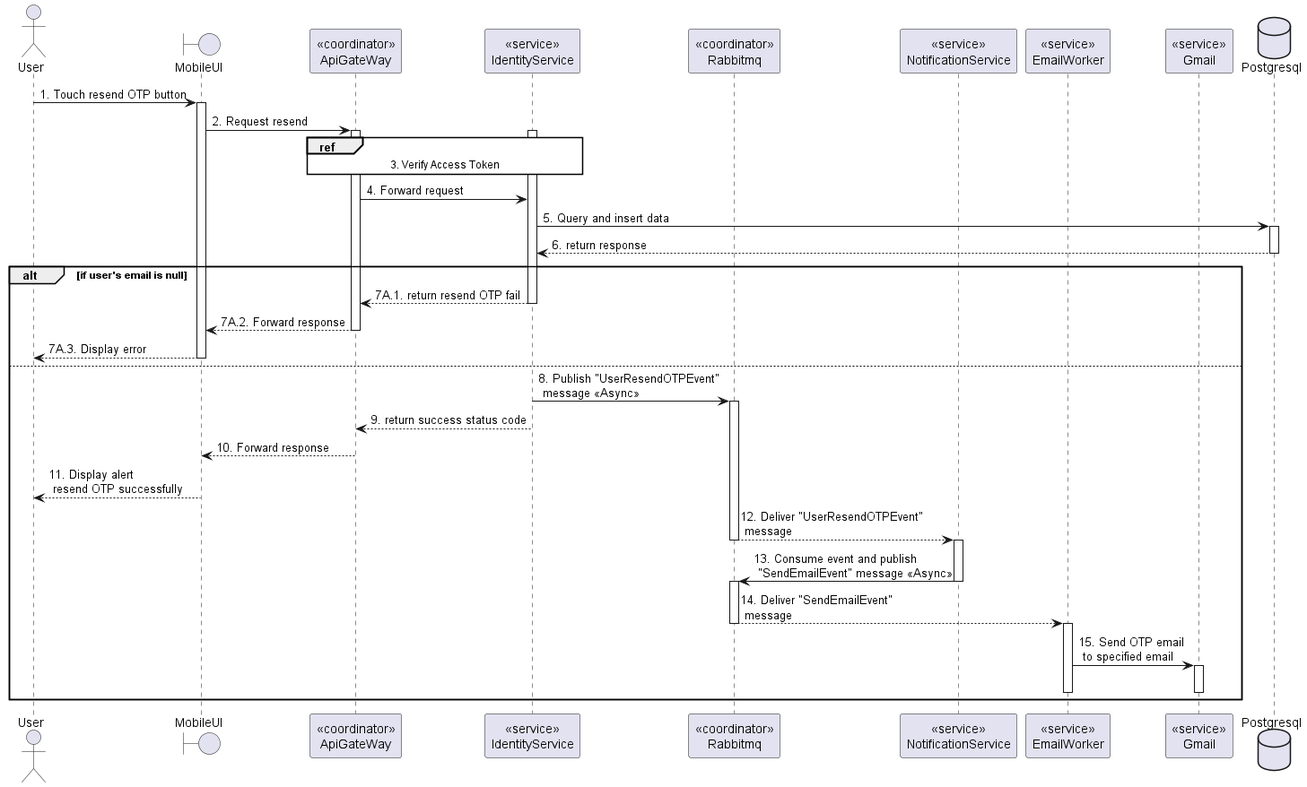
Carl-Johnsons/tastopia keeps this PlantUML diagram as doc/SDS/Identity/ResendEmailOTP/ResendEmailOTP.png. Above is the earlier version. Its diagram source:
```plantuml
@startuml ResendEmailOTP
<style>
  sequenceDiagram {
    reference {
      BackGroundColor white
    }
}
</style>

actor User
boundary MobileUI
participant "<<coordinator>>\nApiGateWay" as ApiGateway
participant "<<service>>\nIdentityService" as IdentityService
participant "<<coordinator>>\nRabbitmq"  as Rabbitmq
participant "<<service>>\nNotificationService" as NotificationService
participant "<<service>>\nEmailWorker" as EmailWorker
participant "<<service>>\nGmail" as Gmail

database Postgresql
User -> MobileUI: 1. Touch resend OTP button
activate MobileUI

MobileUI -> ApiGateway: 2. Request resend
activate ApiGateway

activate IdentityService
ref over ApiGateway, IdentityService: 3. Verify Access Token

ApiGateway -> IdentityService: 4. Forward request

database Postgresql
IdentityService -> Postgresql: 5. Query and insert data
activate Postgresql
IdentityService <-- Postgresql: 6. return response
deactivate Postgresql


alt if user's email is null
    ApiGateway <-- IdentityService: 7A.1. return resend OTP fail
    deactivate IdentityService
    MobileUI <-- ApiGateway: 7A.2. Forward response
    deactivate ApiGateway
    User <-- MobileUI: 7A.3. Display error
    deactivate MobileUI
else
    IdentityService -> Rabbitmq: 8. Publish "UserResendOTPEvent"\n message <<Async>>
    activate Rabbitmq

    ApiGateway <-- IdentityService: 9. return success status code
    deactivate IdentityService
    MobileUI <-- ApiGateway: 10. Forward response
    deactivate ApiGateway
    User <-- MobileUI: 11. Display alert\n resend OTP successfully
    deactivate MobileUI

    Rabbitmq --> NotificationService: 12. Deliver "UserResendOTPEvent"\n message
    deactivate Rabbitmq
    activate NotificationService
    NotificationService -> Rabbitmq: 13. Consume event and publish \n "SendEmailEvent" message <<Async>>
    deactivate NotificationService
    activate Rabbitmq
    Rabbitmq --> EmailWorker: 14. Deliver "SendEmailEvent"\n message
    deactivate Rabbitmq
    activate EmailWorker
    EmailWorker -> Gmail: 15. Send OTP email\n to specified email
    activate Gmail
    deactivate EmailWorker
    deactivate Gmail
end

@enduml
```
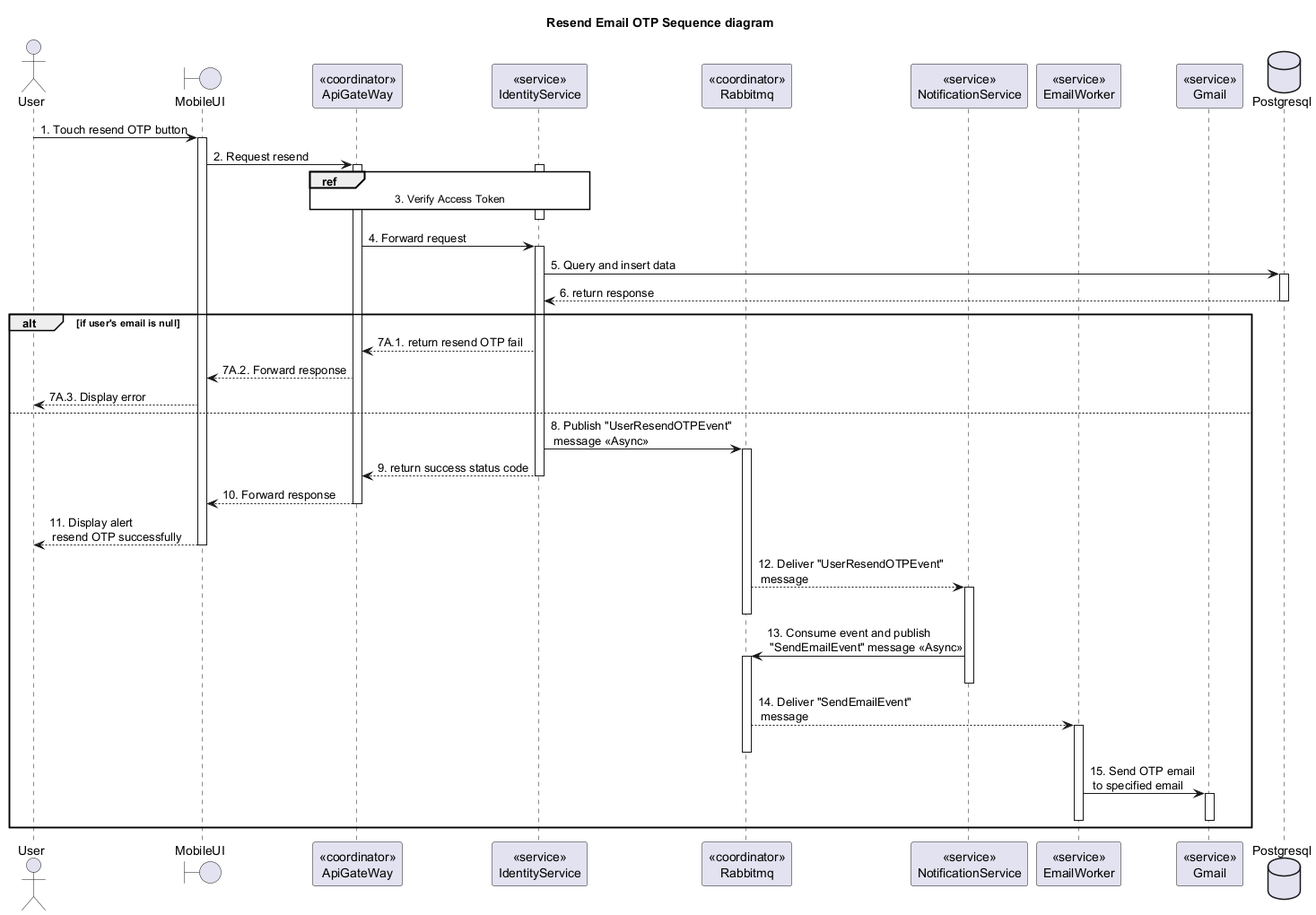
After the change.

Diff of the diagram source:
```diff
@@ -1,4 +1,6 @@
 @startuml ResendEmailOTP
+title "Resend Email OTP Sequence diagram"
+
 <style>
   sequenceDiagram {
     reference {
@@ -17,51 +19,35 @@
 participant "<<service>>\nGmail" as Gmail
 
 database Postgresql
-User -> MobileUI: 1. Touch resend OTP button
-activate MobileUI
-
-MobileUI -> ApiGateway: 2. Request resend
-activate ApiGateway
+User -> MobileUI++: 1. Touch resend OTP button
+MobileUI -> ApiGateway++: 2. Request resend
 
 activate IdentityService
 ref over ApiGateway, IdentityService: 3. Verify Access Token
+ApiGateway -[hidden]-> IdentityService
+deactivate IdentityService
 
-ApiGateway -> IdentityService: 4. Forward request
-
-database Postgresql
-IdentityService -> Postgresql: 5. Query and insert data
-activate Postgresql
-IdentityService <-- Postgresql: 6. return response
-deactivate Postgresql
-
+ApiGateway -> IdentityService++: 4. Forward request
+IdentityService -> Postgresql++: 5. Query and insert data
+IdentityService <-- Postgresql--: 6. return response
 
 alt if user's email is null
     ApiGateway <-- IdentityService: 7A.1. return resend OTP fail
-    deactivate IdentityService
     MobileUI <-- ApiGateway: 7A.2. Forward response
-    deactivate ApiGateway
     User <-- MobileUI: 7A.3. Display error
-    deactivate MobileUI
 else
-    IdentityService -> Rabbitmq: 8. Publish "UserResendOTPEvent"\n message <<Async>>
-    activate Rabbitmq
+    IdentityService -> Rabbitmq++: 8. Publish "UserResendOTPEvent"\n message <<Async>>
 
-    ApiGateway <-- IdentityService: 9. return success status code
-    deactivate IdentityService
-    MobileUI <-- ApiGateway: 10. Forward response
-    deactivate ApiGateway
-    User <-- MobileUI: 11. Display alert\n resend OTP successfully
-    deactivate MobileUI
+    ApiGateway <-- IdentityService--: 9. return success status code
+    MobileUI <-- ApiGateway--: 10. Forward response
+    User <-- MobileUI--: 11. Display alert\n resend OTP successfully
 
-    Rabbitmq --> NotificationService: 12. Deliver "UserResendOTPEvent"\n message
+    Rabbitmq --> NotificationService++: 12. Deliver "UserResendOTPEvent"\n message
     deactivate Rabbitmq
-    activate NotificationService
-    NotificationService -> Rabbitmq: 13. Consume event and publish \n "SendEmailEvent" message <<Async>>
+    NotificationService -> Rabbitmq++: 13. Consume event and publish \n "SendEmailEvent" message <<Async>>
     deactivate NotificationService
-    activate Rabbitmq
-    Rabbitmq --> EmailWorker: 14. Deliver "SendEmailEvent"\n message
+    Rabbitmq --> EmailWorker++: 14. Deliver "SendEmailEvent"\n message
     deactivate Rabbitmq
-    activate EmailWorker
     EmailWorker -> Gmail: 15. Send OTP email\n to specified email
     activate Gmail
     deactivate EmailWorker
```
